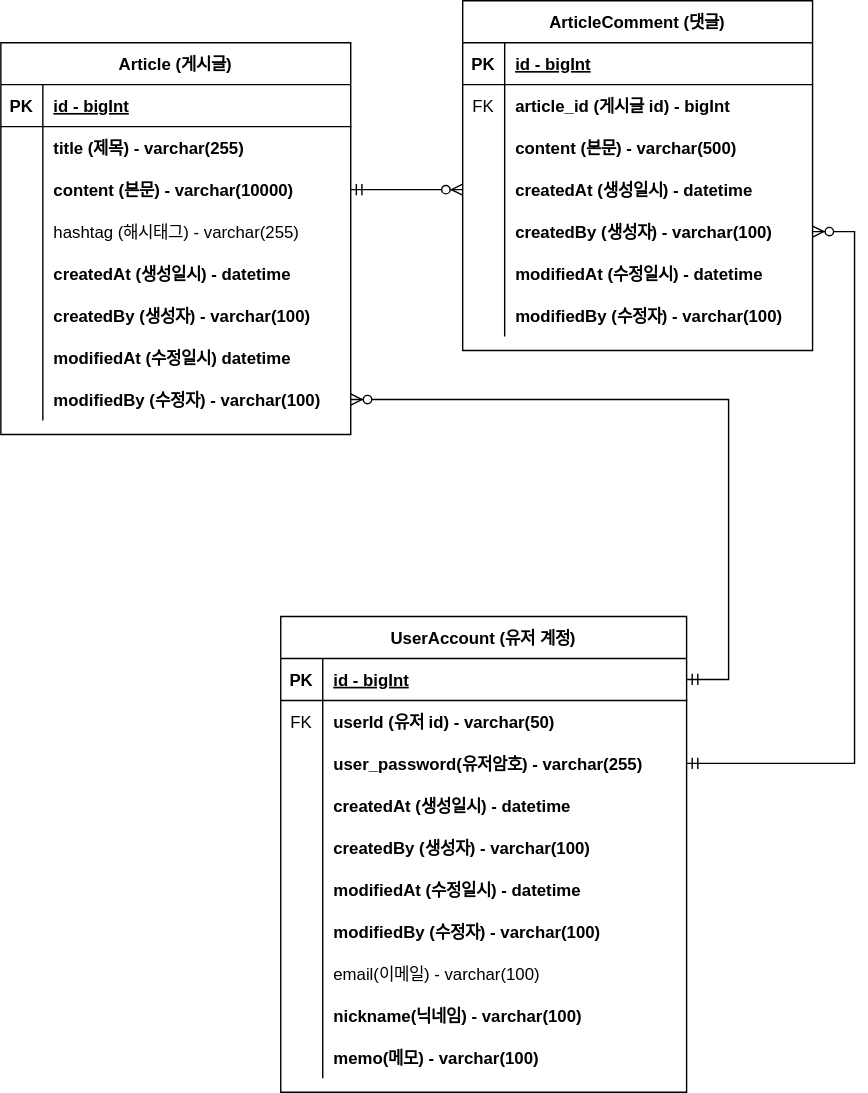
Above: document/project-board-erd.drawio.svg in kangdaelyeol/fc-project (draw.io), before the change. Source tidied: cells renumbered, new cells last; positions are measured from the earlier drawing's top-left corner, leaving out a move shared by most shapes.
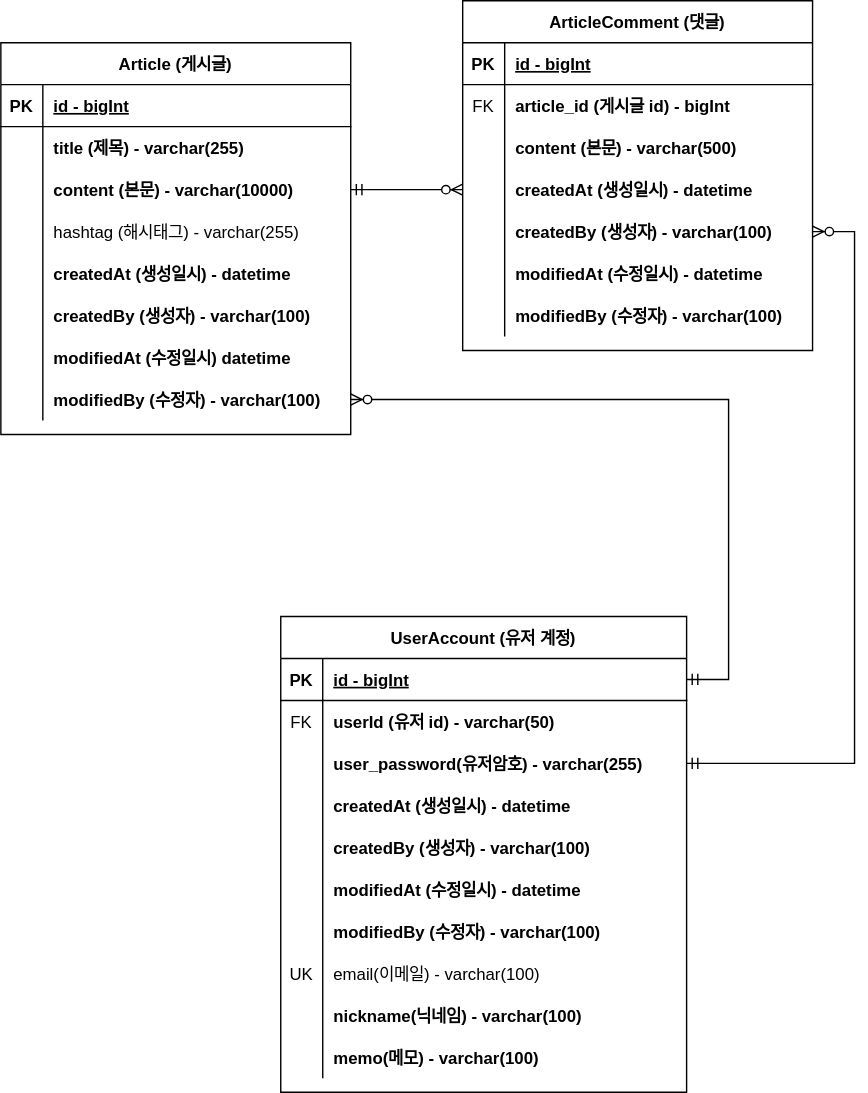
After the commit.

Commit message:
#31 - user erd 수정 - user(email) uk 수정

The edit, as a diff of the source:
```diff
@@ -215,7 +215,7 @@
     <mxCell id="72" style="shape=partialRectangle;fillColor=none;top=0;left=0;right=0;bottom=0;" parent="50" vertex="1">
       <mxGeometry y="240" width="290" height="30" as="geometry" />
     </mxCell>
-    <mxCell id="73" style="shape=partialRectangle;overflow=hidden;fillColor=none;top=0;left=0;bottom=0;right=0;" parent="72" vertex="1">
+    <mxCell id="73" value="UK" style="shape=partialRectangle;overflow=hidden;fillColor=none;top=0;left=0;bottom=0;right=0;" parent="72" vertex="1">
       <mxGeometry width="30" height="30" as="geometry" />
     </mxCell>
     <mxCell id="74" value="email(이메일) - varchar(100)" style="shape=partialRectangle;overflow=hidden;fillColor=none;top=0;left=0;bottom=0;right=0;align=left;spacingLeft=6;fontStyle=0;" parent="72" vertex="1">
```
